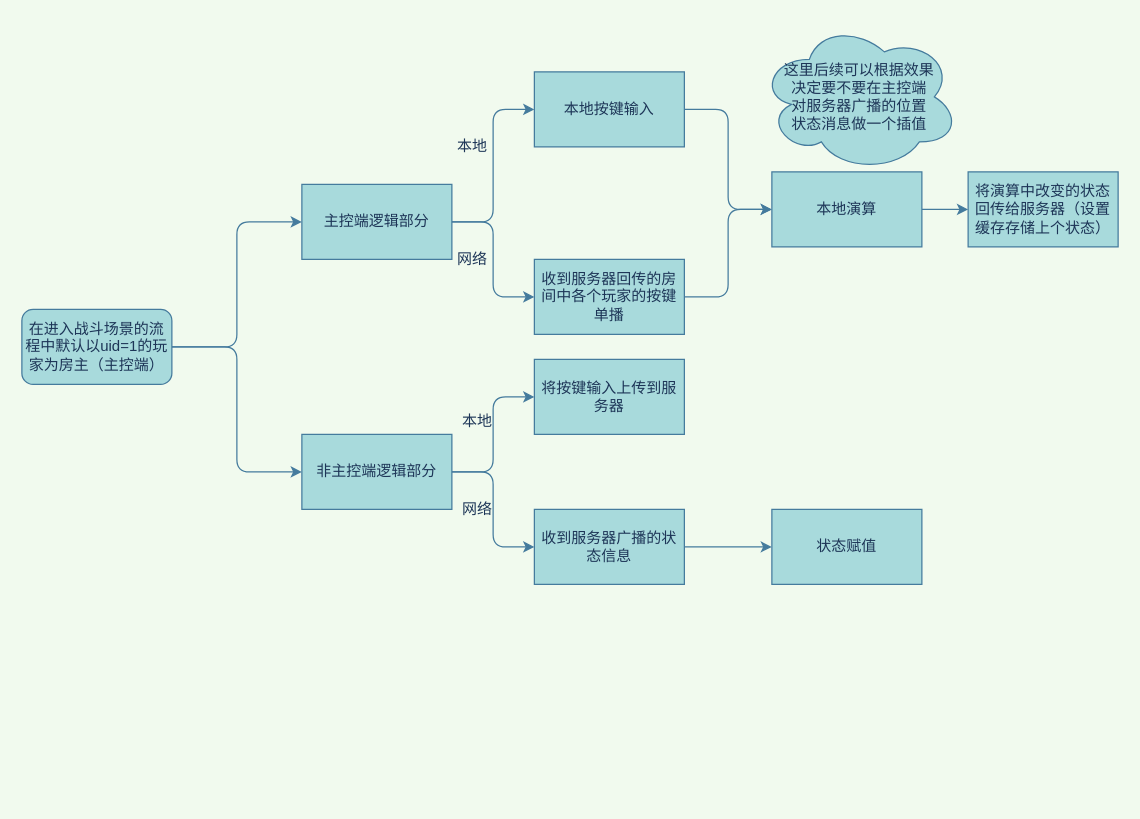
Earlier version of the draw.io diagram 主控端拟服务器状态同步.drawio (petertan123/Diagram). Source tidied: cells renumbered, new cells numbered last; positions are measured from the earlier drawing's top-left corner, leaving out a move shared by most shapes. Both pictures are drawn from the tidied source at 125%, with x=0, y=0 at pixel (21, 21).
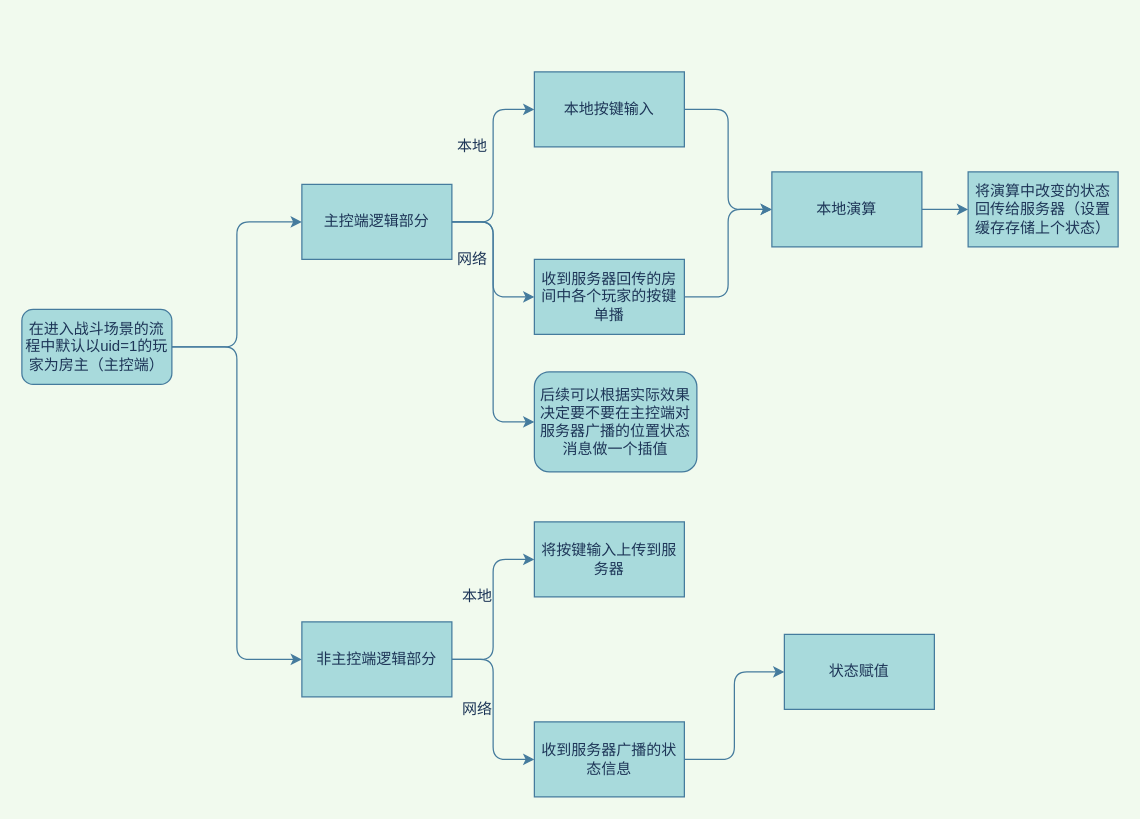
The same page after the edit.

Commit message (it also covers changes not shown here):
Update 主控端拟服务器状态同步.drawio

The change refers to these unchanged cells:
```xml
<mxCell id="4" value="主控端逻辑部分" style="rounded=0;whiteSpace=wrap;html=1;fillColor=#A8DADC;strokeColor=#457B9D;fontColor=#1D3557;" parent="1" vertex="1">
  <mxGeometry x="224" y="130" width="120" height="60" as="geometry" />
</mxCell>
```

The edit, as a diff of the source:
```diff
@@
+    <mxCell id="27" style="edgeStyle=orthogonalEdgeStyle;curved=0;rounded=1;sketch=0;jettySize=auto;html=1;entryX=0;entryY=0.5;entryDx=0;entryDy=0;fontColor=#1D3557;strokeColor=#457B9D;fillColor=#A8DADC;" parent="1" edge="1" source="4" target="28">
+      <mxGeometry relative="1" as="geometry" />
+    </mxCell>
@@
     <mxCell id="16" value="将按键输入上传到服务器" style="rounded=0;whiteSpace=wrap;html=1;sketch=0;fontColor=#1D3557;strokeColor=#457B9D;fillColor=#A8DADC;" parent="1" vertex="1">
-      <mxGeometry x="410" y="270" width="120" height="60" as="geometry" />
+      <mxGeometry x="410" y="400" width="120" height="60" as="geometry" />
     </mxCell>
@@
     <mxCell id="19" value="非主控端逻辑部分" style="rounded=0;whiteSpace=wrap;html=1;sketch=0;fontColor=#1D3557;strokeColor=#457B9D;fillColor=#A8DADC;" parent="1" vertex="1">
-      <mxGeometry x="224" y="330" width="120" height="60" as="geometry" />
+      <mxGeometry x="224" y="480" width="120" height="60" as="geometry" />
     </mxCell>
     <mxCell id="20" value="本地" style="text;html=1;align=center;verticalAlign=middle;strokeColor=none;fontColor=#1D3557;" parent="1" vertex="1">
-      <mxGeometry x="344" y="310" width="40" height="20" as="geometry" />
+      <mxGeometry x="344" y="450" width="40" height="20" as="geometry" />
     </mxCell>
@@
     <mxCell id="22" value="收到服务器广播的状态信息" style="rounded=0;whiteSpace=wrap;html=1;sketch=0;fontColor=#1D3557;strokeColor=#457B9D;fillColor=#A8DADC;" parent="1" vertex="1">
-      <mxGeometry x="410" y="390" width="120" height="60" as="geometry" />
+      <mxGeometry x="410" y="560" width="120" height="60" as="geometry" />
     </mxCell>
     <mxCell id="23" value="网络" style="text;html=1;align=center;verticalAlign=middle;strokeColor=none;fontColor=#1D3557;" parent="1" vertex="1">
-      <mxGeometry x="344" y="380" width="40" height="20" as="geometry" />
+      <mxGeometry x="344" y="540" width="40" height="20" as="geometry" />
     </mxCell>
     <mxCell id="24" value="状态赋值" style="rounded=0;whiteSpace=wrap;html=1;sketch=0;fontColor=#1D3557;strokeColor=#457B9D;fillColor=#A8DADC;" parent="1" vertex="1">
-      <mxGeometry x="600" y="390" width="120" height="60" as="geometry" />
+      <mxGeometry x="610" y="490" width="120" height="60" as="geometry" />
     </mxCell>
@@
-    <mxCell id="26" value="这里后续可以根据效果&lt;br&gt;决定要不要在主控端&lt;br&gt;对服务器广播的位置&lt;br&gt;状态消息做一个插值" style="ellipse;shape=cloud;whiteSpace=wrap;html=1;rounded=0;sketch=0;fontColor=#1D3557;strokeColor=#457B9D;fillColor=#A8DADC;" parent="1" vertex="1">
-      <mxGeometry x="590" width="160" height="120" as="geometry" />
-    </mxCell>
+    <mxCell id="28" value="&lt;span&gt;后续可以根据实际效果&lt;/span&gt;&lt;span&gt;决定要不要在主控端&lt;/span&gt;&lt;span&gt;对服务器广播的位置&lt;/span&gt;&lt;span&gt;状态消息做一个插值&lt;/span&gt;" style="rounded=1;whiteSpace=wrap;html=1;sketch=0;fontColor=#1D3557;strokeColor=#457B9D;fillColor=#A8DADC;" parent="1" vertex="1">
+      <mxGeometry x="410" y="280" width="130" height="80" as="geometry" />
+    </mxCell>
```
